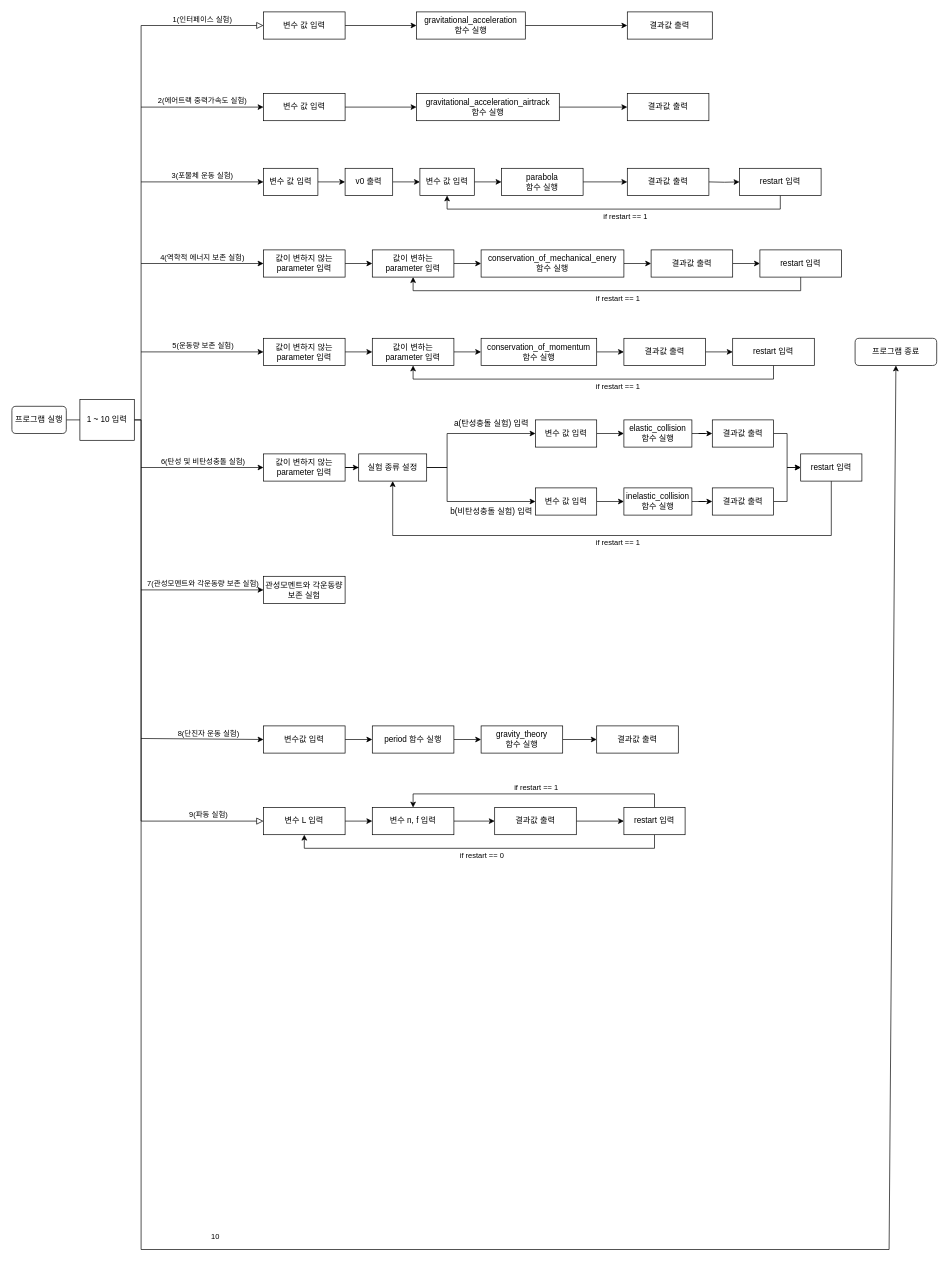
Earlier version of the draw.io diagram 제목 없는 다이어그램.drawio (reewon/Term_Project). Source tidied: cells renumbered, new cells numbered last; positions are measured from the earlier drawing's top-left corner, leaving out a move shared by most shapes. Both pictures are drawn from the tidied source at 68%, with x=0, y=0 at pixel (12, 12).
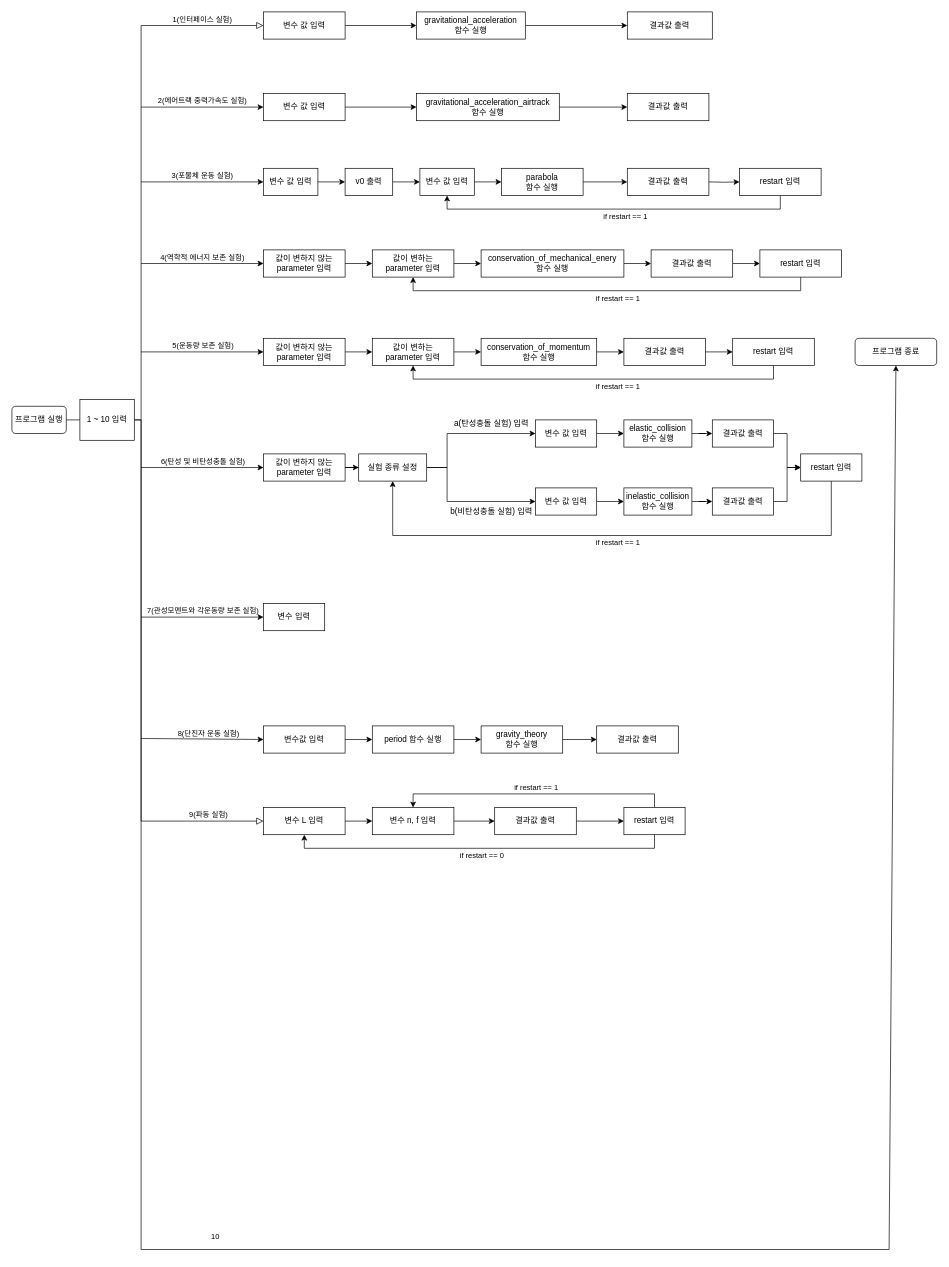
The same page after the edit.

Commit message (it also covers changes not shown here):
제목 없는 다이어그램.drawio 업데이트

Unchanged cells that the change refers to:
```xml
<mxCell id="21" style="endArrow=classic;html=1;rounded=0;entryX=0;entryY=0.5;entryDx=0;entryDy=0;" parent="1" edge="1" target="14">
  <mxGeometry relative="1" as="geometry">
    <mxPoint x="190" y="140" as="sourcePoint" />
  </mxGeometry>
</mxCell>
```

Diff of the diagram source:
```diff
@@
-    <mxCell id="12" value="&lt;div&gt;관성모멘트와 각운동량&lt;/div&gt;&lt;div&gt;보존 실험&lt;br&gt;&lt;/div&gt;" style="rounded=0;whiteSpace=wrap;html=1;fontSize=12;glass=0;strokeWidth=1;shadow=0;" parent="1" vertex="1">
-      <mxGeometry x="370" y="830" width="120" height="40" as="geometry" />
+    <mxCell id="12" value="변수 입력" style="rounded=0;whiteSpace=wrap;html=1;fontSize=12;glass=0;strokeWidth=1;shadow=0;" parent="1" vertex="1">
+      <mxGeometry x="370" y="870" width="90" height="40" as="geometry" />
     </mxCell>
@@
     <mxCell id="27" value="7(관성모멘트와 각운동량 보존 실험)" style="edgeLabel;html=1;align=center;verticalAlign=middle;" parent="21" vertex="1">
       <mxGeometry x="0.37" y="1" relative="1" as="geometry">
-        <mxPoint x="-33" y="701" as="offset" />
+        <mxPoint x="-33" y="741" as="offset" />
       </mxGeometry>
     </mxCell>
@@
     <mxCell id="36" style="endArrow=classic;html=1;rounded=0;entryX=0;entryY=0.5;entryDx=0;entryDy=0;" parent="1" edge="1" target="12">
       <mxGeometry relative="1" as="geometry">
-        <mxPoint x="190" y="850" as="sourcePoint" />
+        <mxPoint x="190" y="890" as="sourcePoint" />
       </mxGeometry>
     </mxCell>
```
